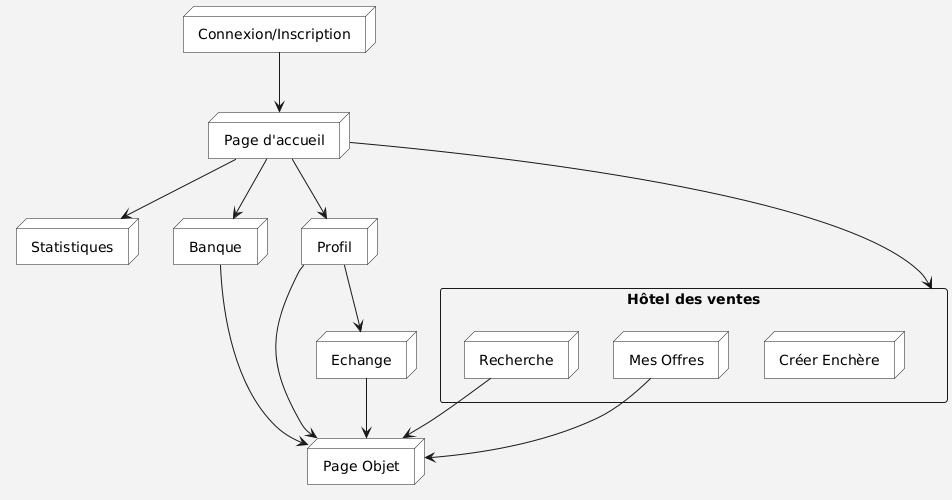
This is assets/images/projet/doliminePlanSite.png from Ced111/Portfolio, a PlantUML export, as it was before one commit. The source it was exported from:
```plantuml
@startuml
skinparam backgroundColor #f3f3f3
skinparam nodeBackgroundColor #ffffff
skinparam shadowing false

node "Page d'accueil" as HomePage
node "Connexion/Inscription" as LoginPage

rectangle "Hôtel des ventes" as AuctionHouse {
    node "Recherche" as SearchTwig
    node "Mes Offres" as MyOffersTwig
    node "Créer Enchère" as CreateAuctionTwig
}

node "Statistiques" as StatisticsPage
node "Page Objet" as ObjectPage
node "Echange" as ExchangePage
node "Banque" as BankPage
node "Profil" as ProfilePage

LoginPage --> HomePage

HomePage --> AuctionHouse
HomePage --> StatisticsPage
HomePage --> BankPage
HomePage --> ProfilePage

MyOffersTwig --> ObjectPage
SearchTwig --> ObjectPage
ProfilePage --> ObjectPage
ProfilePage --> ExchangePage
BankPage --> ObjectPage
ExchangePage --> ObjectPage
@enduml
```
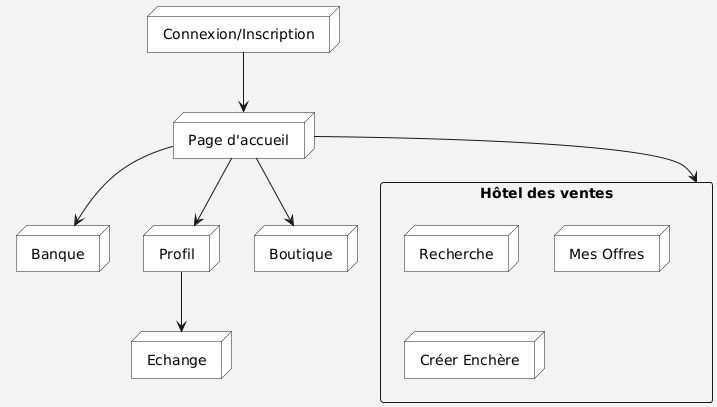
Above is the later version.

Change to the diagram source:
```diff
@@ -12,23 +12,17 @@
     node "Créer Enchère" as CreateAuctionTwig
 }
 
-node "Statistiques" as StatisticsPage
-node "Page Objet" as ObjectPage
 node "Echange" as ExchangePage
 node "Banque" as BankPage
 node "Profil" as ProfilePage
+node "Boutique" as ShopPage
 
 LoginPage --> HomePage
 
 HomePage --> AuctionHouse
-HomePage --> StatisticsPage
 HomePage --> BankPage
 HomePage --> ProfilePage
+HomePage --> ShopPage
 
-MyOffersTwig --> ObjectPage
-SearchTwig --> ObjectPage
-ProfilePage --> ObjectPage
 ProfilePage --> ExchangePage
-BankPage --> ObjectPage
-ExchangePage --> ObjectPage
 @enduml
```
